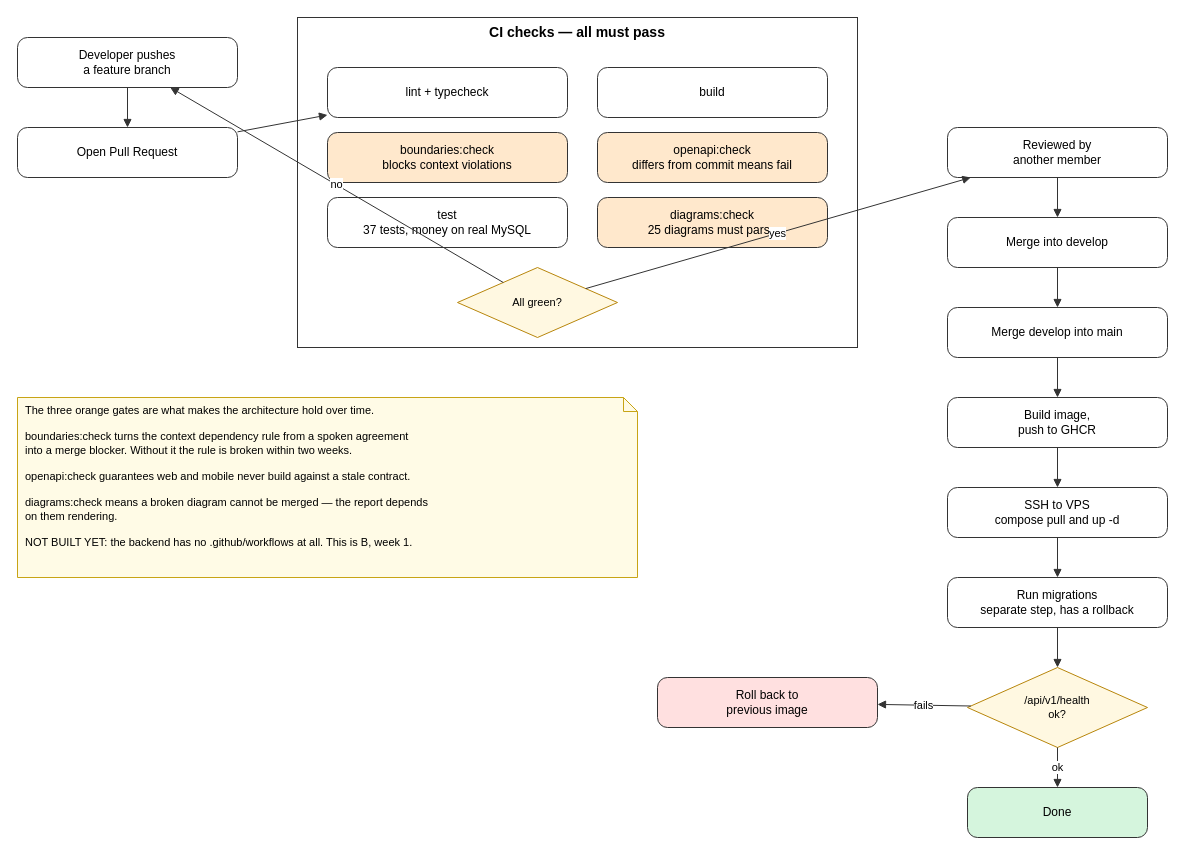
This is docs/system-design/drawio/r8-cicd-pipeline.drawio from tdat-dev/Zoldify_Backend, a draw.io file, before an edit. Source tidied: cells renumbered, new cells numbered last; positions are measured from the earlier drawing's top-left corner, leaving out a move shared by most shapes. Both pictures are drawn from the tidied source at 100%, with x=0, y=0 at pixel (17, 17).
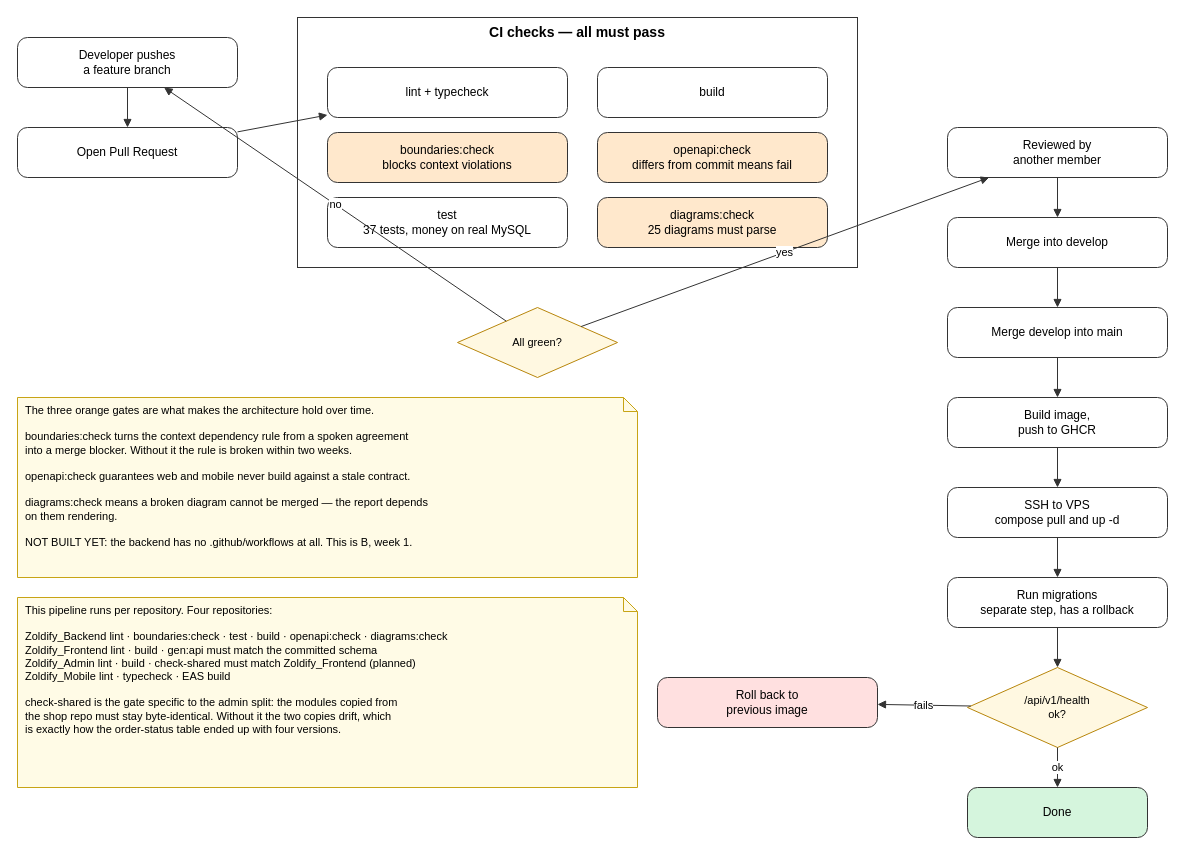
After the change.

Commit message (it also covers changes not shown here):
docs(kien-truc): chot tach khu quan tri thanh Zoldify_Admin

Diff of the diagram source:
```diff
@@
     <mxCell id="4" value="CI checks — all must pass" style="rounded=0;whiteSpace=wrap;html=1;verticalAlign=top;fillColor=none;strokeColor=#333333;fontSize=14;fontStyle=1;" parent="1" vertex="1">
-      <mxGeometry x="280" width="560" height="330" as="geometry" />
+      <mxGeometry x="280" width="560" height="250" as="geometry" />
     </mxCell>
@@
     <mxCell id="11" value="All green?" style="rhombus;whiteSpace=wrap;html=1;fontSize=11;fillColor=#fff8e1;strokeColor=#b8860b;" parent="1" vertex="1">
-      <mxGeometry x="440" y="250" width="160" height="70" as="geometry" />
+      <mxGeometry x="440" y="290" width="160" height="70" as="geometry" />
     </mxCell>
@@
+    <mxCell id="34" value="This pipeline runs per repository. Four repositories:&lt;br&gt;&lt;br&gt;Zoldify_Backend    lint · boundaries:check · test · build · openapi:check · diagrams:check&lt;br&gt;Zoldify_Frontend   lint · build · gen:api must match the committed schema&lt;br&gt;Zoldify_Admin      lint · build · check-shared must match Zoldify_Frontend   (planned)&lt;br&gt;Zoldify_Mobile     lint · typecheck · EAS build&lt;br&gt;&lt;br&gt;check-shared is the gate specific to the admin split: the modules copied from&lt;br&gt;the shop repo must stay byte-identical. Without it the two copies drift, which&lt;br&gt;is exactly how the order-status table ended up with four versions." style="shape=note;whiteSpace=wrap;html=1;size=14;verticalAlign=top;align=left;spacingLeft=6;fontSize=11;fillColor=#fffbe6;strokeColor=#c8a415;" parent="1" vertex="1">
+      <mxGeometry y="580" width="620" height="190" as="geometry" />
+    </mxCell>
```
